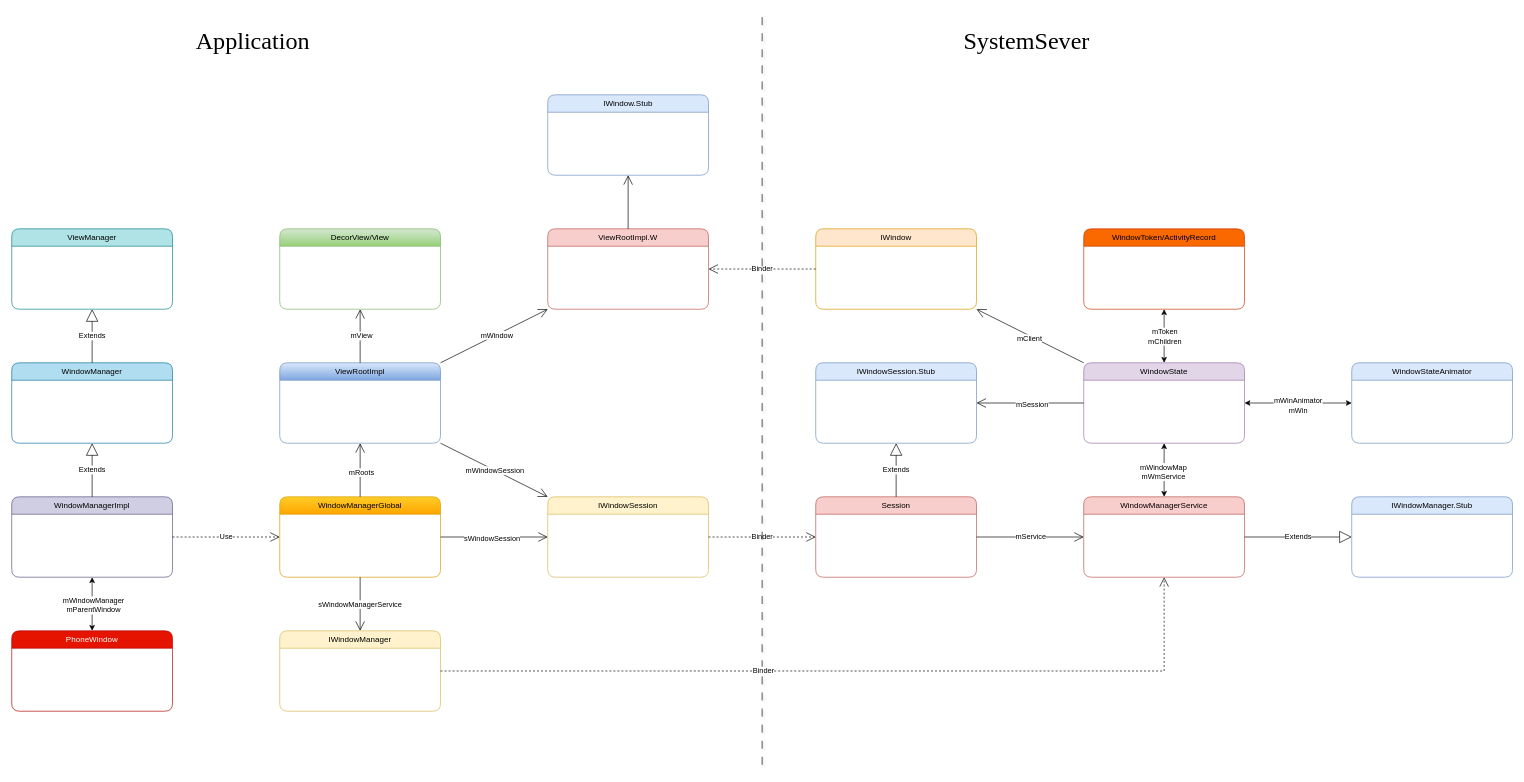
Kaling1203/Diagram keeps this draw.io diagram as page "Class" (4 of 5) of WMS.drawio. Above is the earlier version. Source tidied: cells renumbered, new cells numbered last; positions are measured from the earlier drawing's top-left corner, leaving out a move shared by most shapes. Both pictures are drawn from the tidied source at 67%, with x=0, y=0 at pixel (11, 14).
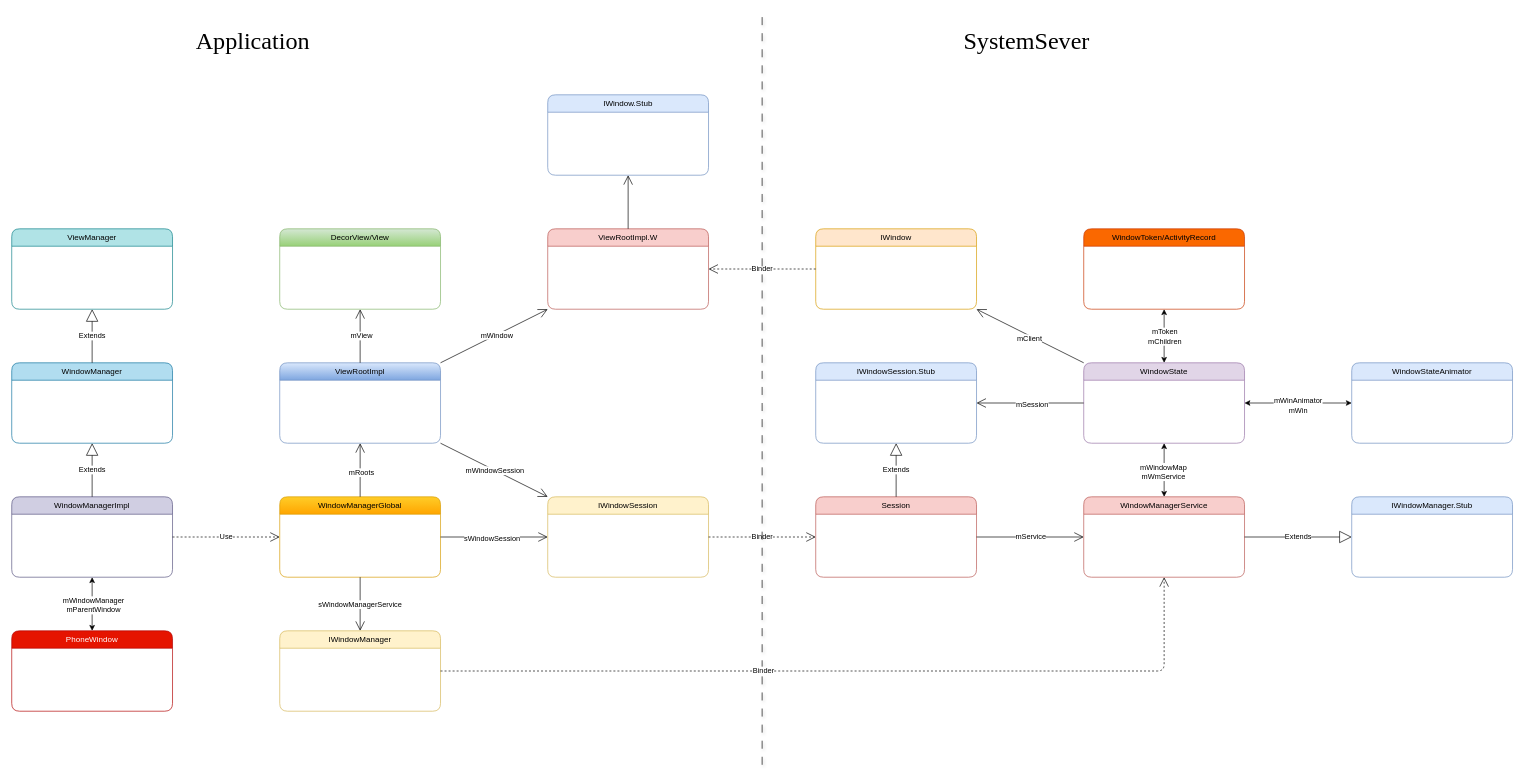
Above is the later version.

The change refers to these unchanged cells:
```xml
<mxCell id="32" value="WindowManagerService" style="swimlane;fontStyle=0;horizontal=1;startSize=26;fillColor=#f8cecc;whiteSpace=wrap;html=1;rounded=1;strokeColor=#b85450;" parent="1" vertex="1">
  <mxGeometry x="1600" y="720" width="240" height="120" as="geometry" />
</mxCell>
<mxCell id="50" value="IWindowManager" style="swimlane;fontStyle=0;horizontal=1;startSize=26;fillColor=#fff2cc;whiteSpace=wrap;html=1;rounded=1;strokeColor=#d6b656;" parent="1" vertex="1">
  <mxGeometry x="400" y="920" width="240" height="120" as="geometry" />
</mxCell>
```

Diff of the diagram source:
```diff
@@
-    <mxCell id="53" value="Binder" style="endArrow=open;endSize=12;dashed=1;html=1;rounded=0;edgeStyle=orthogonalEdgeStyle;" parent="1" edge="1" source="50" target="32">
+    <mxCell id="53" value="Binder" style="endArrow=open;endSize=12;dashed=1;html=1;rounded=1;edgeStyle=orthogonalEdgeStyle;curved=0;" parent="1" edge="1" source="50" target="32">
       <mxGeometry x="-0.21" relative="1" as="geometry" />
     </mxCell>
```
